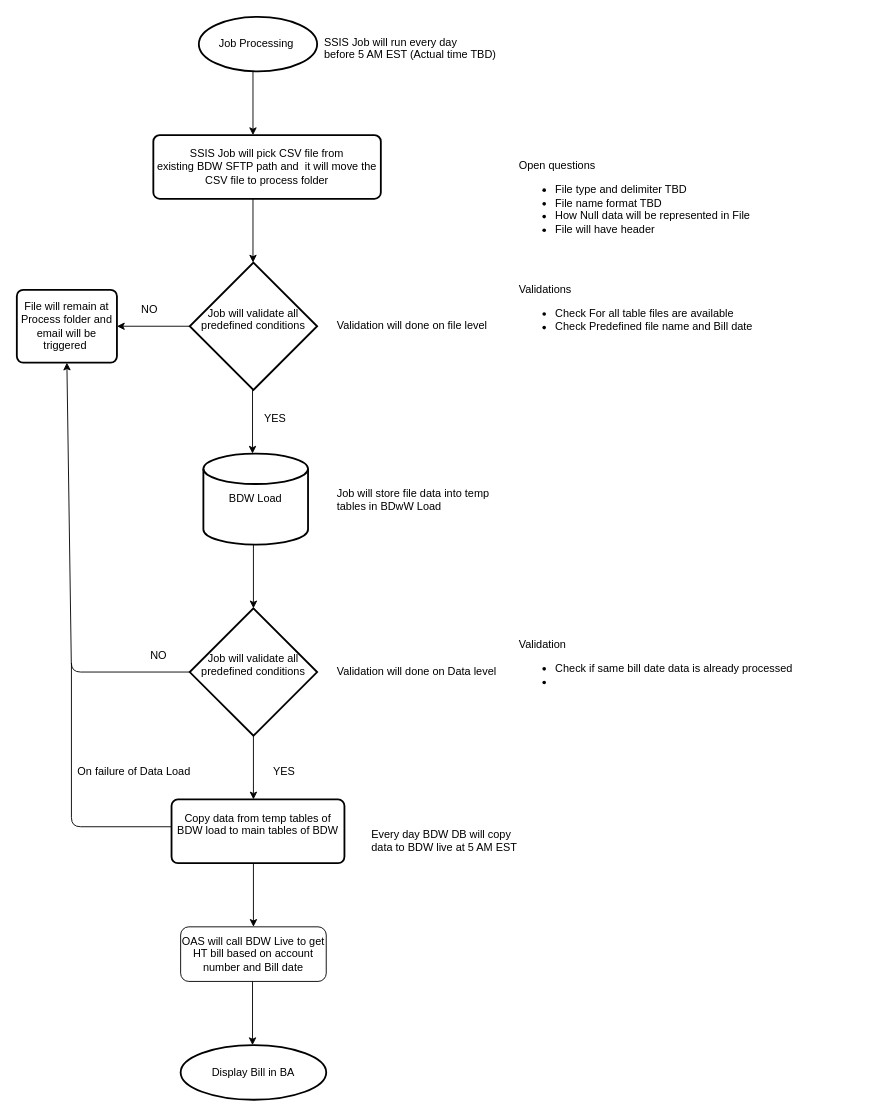
This is Untitled Diagram.drawio from DeepakSagare/Angular2, a draw.io file, before an edit. Source tidied: cells renumbered, new cells numbered last; positions are measured from the earlier drawing's top-left corner, leaving out a move shared by most shapes. Both pictures are drawn from the tidied source at 91%, with x=0, y=0 at pixel (16, 16).
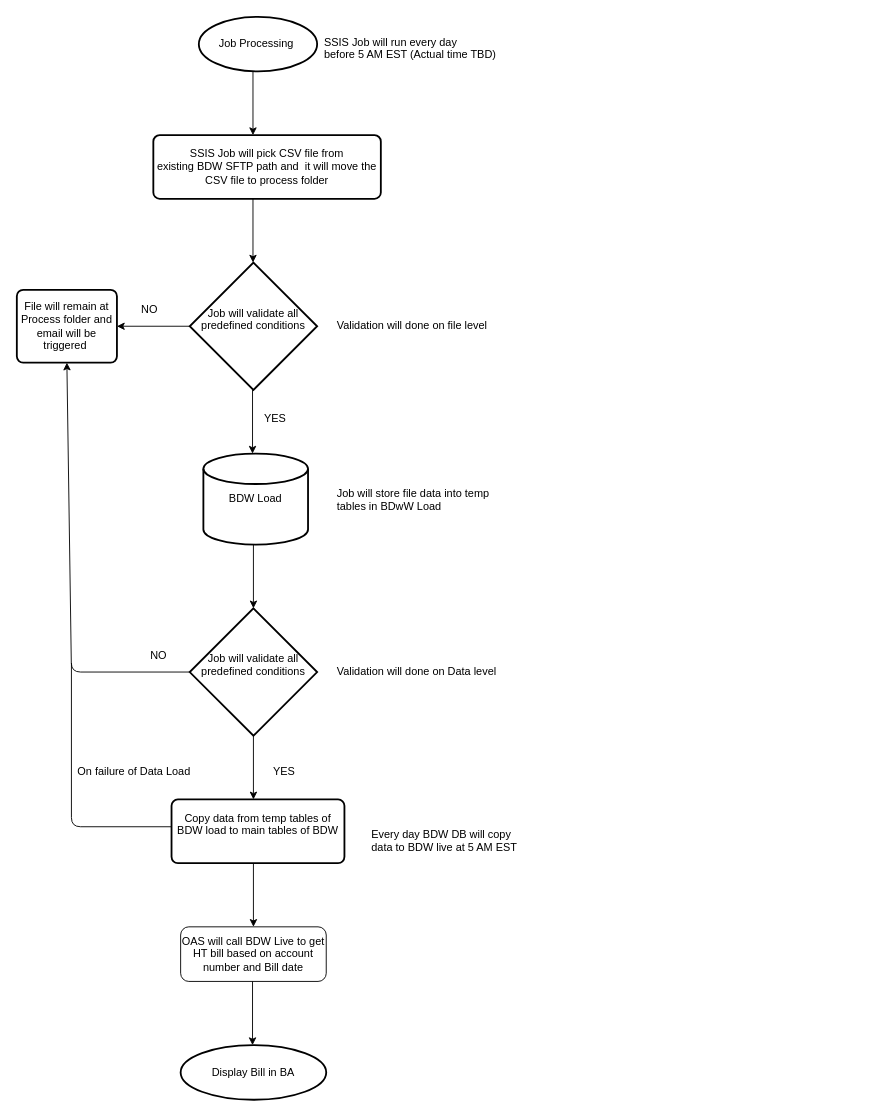
The same page after the edit.

Change to the diagram source:
```diff
@@
-    <mxCell id="31" value="&lt;span&gt;Validations&lt;/span&gt;&lt;br&gt;&lt;ul&gt;&lt;li&gt;Check For all table files are available&amp;nbsp;&lt;/li&gt;&lt;li&gt;Check Predefined file name and Bill date&lt;/li&gt;&lt;/ul&gt;" style="text;html=1;align=left;verticalAlign=top;spacingTop=-4;" parent="1" vertex="1">
-      <mxGeometry x="550" y="290" width="270" height="70" as="geometry" />
-    </mxCell>
-    <mxCell id="32" value="&lt;span&gt;Open questions&amp;nbsp;&lt;/span&gt;&lt;br&gt;&lt;ul&gt;&lt;li&gt;File type and delimiter TBD&lt;/li&gt;&lt;li&gt;File name format TBD&lt;/li&gt;&lt;li&gt;How Null data will be represented in File&lt;/li&gt;&lt;li&gt;File will have header&lt;/li&gt;&lt;/ul&gt;" style="text;html=1;" parent="1" vertex="1">
-      <mxGeometry x="550" y="150" width="370" height="30" as="geometry" />
-    </mxCell>
-    <mxCell id="33" value="&lt;span&gt;Validation&lt;/span&gt;&lt;br&gt;&lt;ul&gt;&lt;li&gt;Check if same bill date data is already processed&lt;/li&gt;&lt;li&gt;&lt;br&gt;&lt;/li&gt;&lt;/ul&gt;&lt;br&gt;&lt;br&gt;" style="text;html=1;align=left;verticalAlign=top;spacingTop=-4;" parent="1" vertex="1">
-      <mxGeometry x="550" y="679.5" width="320" height="100" as="geometry" />
-    </mxCell>
```
